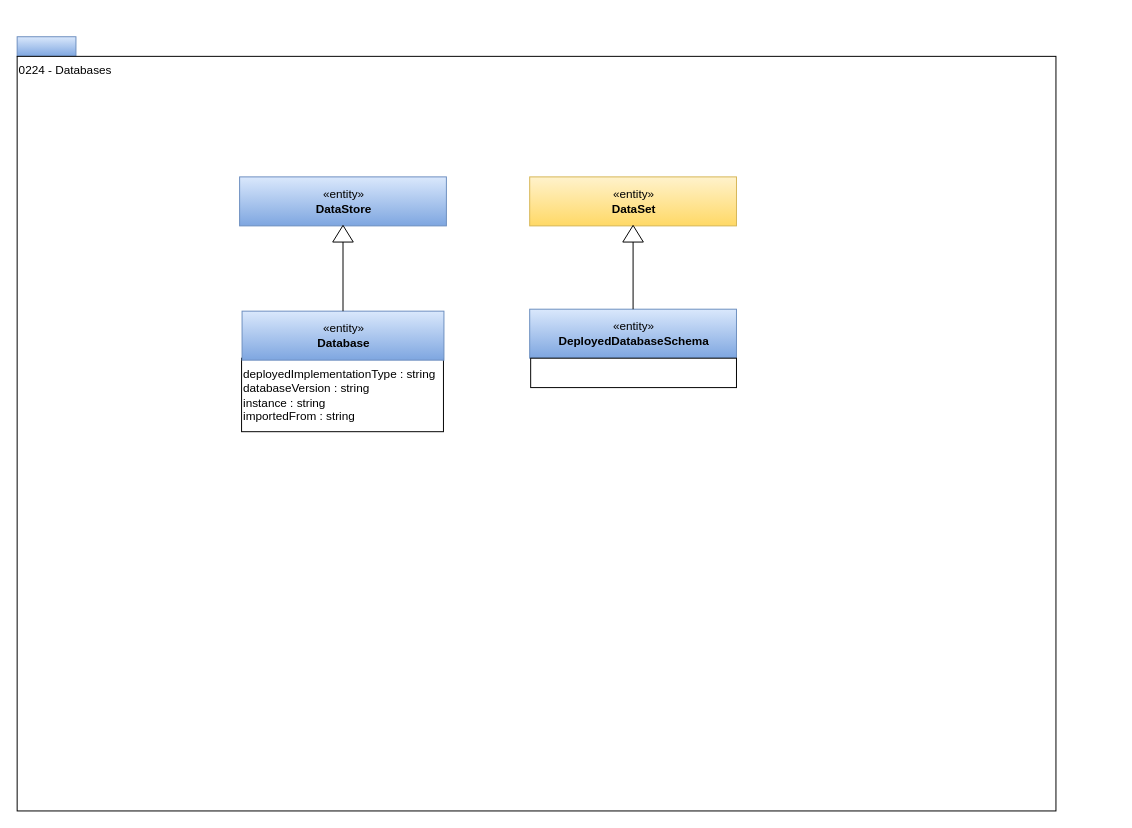
Before: page "0224-Databases" (13 of 23) of site/docs/types/2/area-2-assets.drawio in odpi/egeria-docs, a draw.io diagram. Source tidied: cells renumbered, new cells numbered last; positions are measured from the earlier drawing's top-left corner, leaving out a move shared by most shapes. Both pictures are drawn from the tidied source at 98%, with x=0, y=0 at pixel (17, 36).
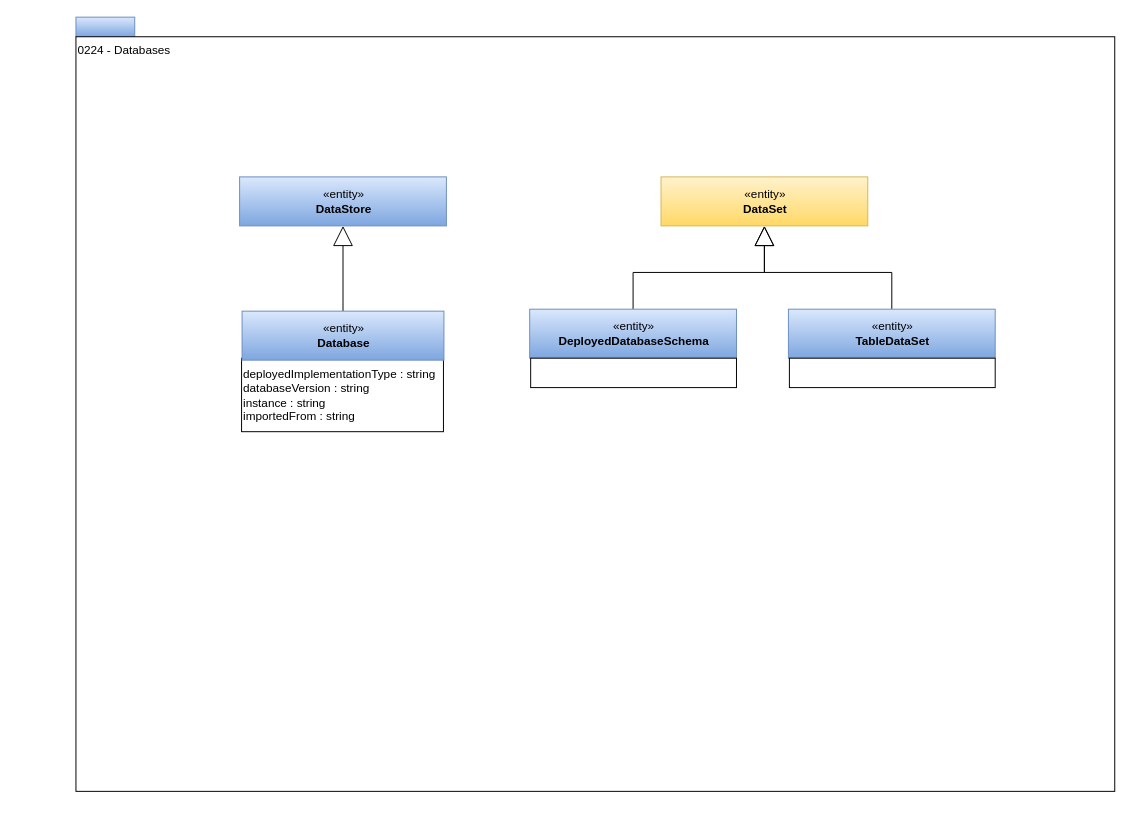
The same diagram, later.

Change to the diagram source:
```diff
@@
 <mxGraphModel>
   <root>
     <mxCell id="0" />
     <mxCell id="1" parent="0" />
     <mxCell id="2" style="rounded=0;whiteSpace=wrap;html=1;align=left;fillColor=#dae8fc;strokeColor=#6c8ebf;gradientColor=#7ea6e0;" parent="1" vertex="1">
-      <mxGeometry width="60" height="20" as="geometry" />
+      <mxGeometry x="60" y="-20" width="60" height="20" as="geometry" />
     </mxCell>
     <mxCell id="3" value="0224 - Databases" style="rounded=0;whiteSpace=wrap;html=1;align=left;verticalAlign=top;" parent="1" vertex="1">
-      <mxGeometry y="20" width="1060" height="770" as="geometry" />
+      <mxGeometry x="60" width="1060" height="770" as="geometry" />
     </mxCell>
+    <mxCell id="14" style="edgeStyle=orthogonalEdgeStyle;rounded=0;jettySize=auto;html=1;exitX=0.5;exitY=0;exitDx=0;exitDy=0;endArrow=block;endFill=0;strokeWidth=1;endSize=18;" parent="1" edge="1" source="4" target="6">
+      <mxGeometry relative="1" as="geometry" />
+    </mxCell>
     <mxCell id="4" value="«entity»&lt;br&gt;&lt;b&gt;DeployedDatabaseSchema&lt;/b&gt;" style="html=1;strokeColor=#6c8ebf;align=center;fillColor=#dae8fc;gradientColor=#7ea6e0;" parent="1" vertex="1">
       <mxGeometry x="523" y="278" width="211" height="50" as="geometry" />
     </mxCell>
     <mxCell id="5" style="rounded=0;whiteSpace=wrap;html=1;strokeColor=#000000;gradientColor=#ffffff;align=left;" parent="1" vertex="1">
       <mxGeometry x="524" y="328" width="210" height="30" as="geometry" />
     </mxCell>
     <mxCell id="6" value="«entity»&lt;br&gt;&lt;b&gt;DataSet&lt;/b&gt;" style="html=1;strokeColor=#d6b656;align=center;fillColor=#fff2cc;gradientColor=#ffd966;" parent="1" vertex="1">
-      <mxGeometry x="523" y="143" width="211" height="50" as="geometry" />
+      <mxGeometry x="657" y="143" width="211" height="50" as="geometry" />
     </mxCell>
-    <mxCell id="7" style="edgeStyle=orthogonalEdgeStyle;rounded=0;jettySize=auto;html=1;exitX=0;exitY=0.5;exitDx=0;exitDy=0;endArrow=none;endFill=0;" parent="1" edge="1" source="8" target="4">
-      <mxGeometry relative="1" as="geometry" />
-    </mxCell>
-    <mxCell id="8" style="triangle;whiteSpace=wrap;html=1;strokeColor=#000000;gradientColor=#ffffff;align=center;rotation=-90;" parent="1" vertex="1">
-      <mxGeometry x="620" y="190.5" width="17" height="21" as="geometry" />
-    </mxCell>
     <mxCell id="9" value="deployedImplementationType : string&lt;br&gt;databaseVersion : string&lt;br&gt;instance : string&lt;br&gt;importedFrom : string" style="rounded=0;whiteSpace=wrap;html=1;strokeColor=#000000;gradientColor=#ffffff;align=left;" parent="1" vertex="1">
       <mxGeometry x="229" y="328" width="206" height="75" as="geometry" />
     </mxCell>
+    <mxCell id="15" style="edgeStyle=orthogonalEdgeStyle;rounded=0;jettySize=auto;html=1;exitX=0.5;exitY=0;exitDx=0;exitDy=0;strokeWidth=1;endArrow=block;endFill=0;endSize=18;" parent="1" edge="1" source="10" target="11">
+      <mxGeometry relative="1" as="geometry" />
+    </mxCell>
     <mxCell id="10" value="«entity»&lt;br&gt;&lt;b&gt;Database&lt;/b&gt;" style="html=1;strokeColor=#6c8ebf;align=center;fillColor=#dae8fc;gradientColor=#7ea6e0;" parent="1" vertex="1">
       <mxGeometry x="229.5" y="280" width="206" height="50" as="geometry" />
     </mxCell>
     <mxCell id="11" value="«entity»&lt;br&gt;&lt;b&gt;DataStore&lt;/b&gt;" style="html=1;strokeColor=#6c8ebf;align=center;fillColor=#dae8fc;gradientColor=#7ea6e0;" parent="1" vertex="1">
       <mxGeometry x="227" y="143" width="211" height="50" as="geometry" />
     </mxCell>
-    <mxCell id="12" style="edgeStyle=orthogonalEdgeStyle;rounded=0;jettySize=auto;html=1;exitX=0;exitY=0.5;exitDx=0;exitDy=0;endArrow=none;endFill=0;entryX=0.5;entryY=0;entryDx=0;entryDy=0;" parent="1" edge="1" source="13" target="10">
-      <mxGeometry relative="1" as="geometry" />
-    </mxCell>
-    <mxCell id="13" style="triangle;whiteSpace=wrap;html=1;strokeColor=#000000;gradientColor=#ffffff;align=center;rotation=-90;" parent="1" vertex="1">
-      <mxGeometry x="324" y="190.5" width="17" height="21" as="geometry" />
-    </mxCell>
+    <mxCell id="16" style="edgeStyle=orthogonalEdgeStyle;rounded=0;jettySize=auto;html=1;exitX=0.5;exitY=0;exitDx=0;exitDy=0;strokeWidth=1;endArrow=block;endFill=0;endSize=18;" parent="1" edge="1" source="17" target="6">
+      <mxGeometry relative="1" as="geometry" />
+    </mxCell>
+    <mxCell id="17" value="«entity»&lt;br&gt;&lt;b&gt;TableDataSet&lt;/b&gt;" style="html=1;strokeColor=#6c8ebf;align=center;fillColor=#dae8fc;gradientColor=#7ea6e0;" parent="1" vertex="1">
+      <mxGeometry x="787" y="278" width="211" height="50" as="geometry" />
+    </mxCell>
+    <mxCell id="18" style="rounded=0;whiteSpace=wrap;html=1;strokeColor=#000000;gradientColor=#ffffff;align=left;" parent="1" vertex="1">
+      <mxGeometry x="788" y="328" width="210" height="30" as="geometry" />
+    </mxCell>
   </root>
 </mxGraphModel>
```
